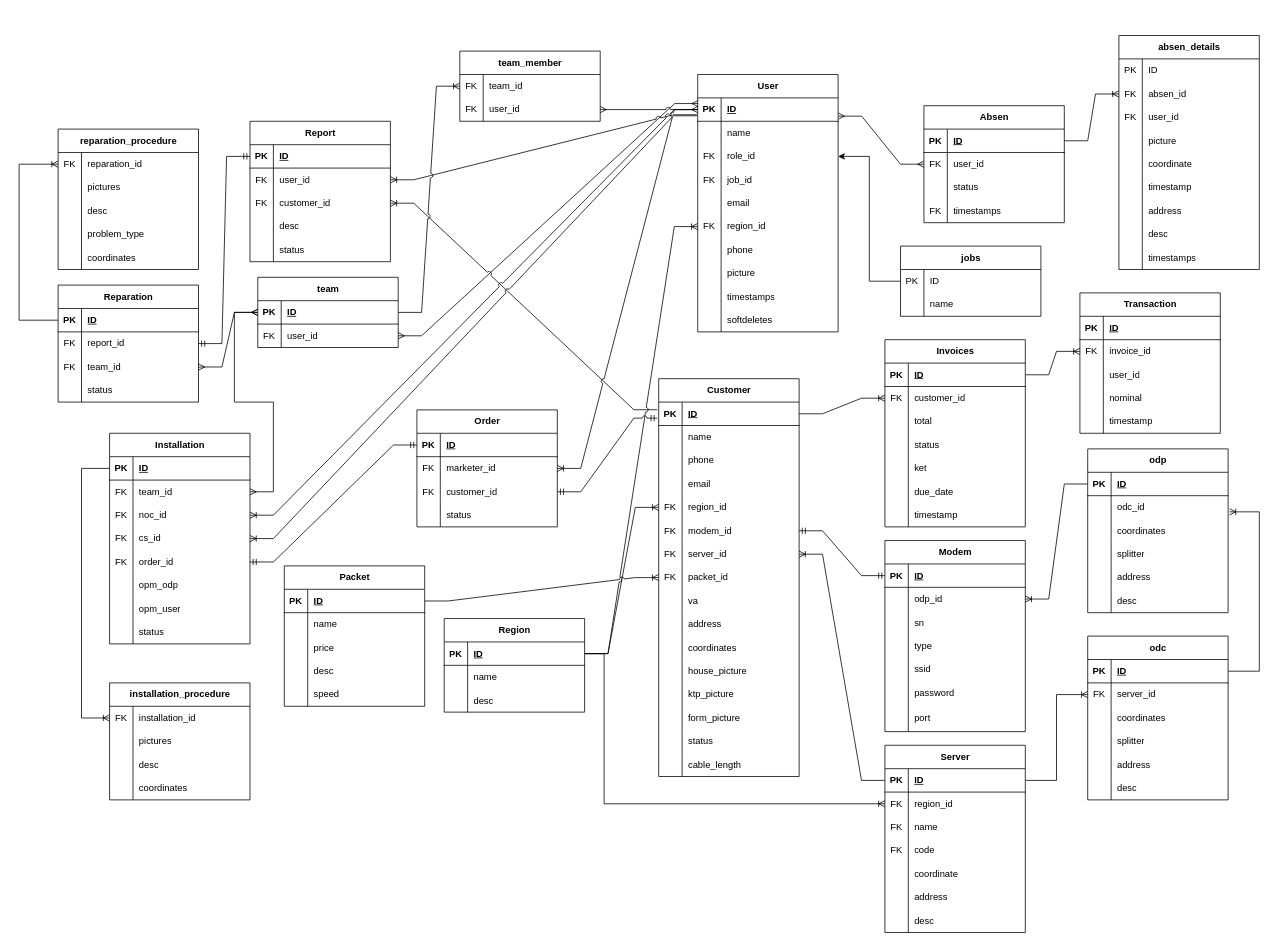
This is Untitled Diagram.drawio from muhamadArdalepa/big-diagrams, a draw.io file, before an edit. Source tidied: cells renumbered, new cells numbered last; positions are measured from the earlier drawing's top-left corner, leaving out a move shared by most shapes. Both pictures are drawn from the tidied source at 78%, with x=0, y=0 at pixel (19, -269).
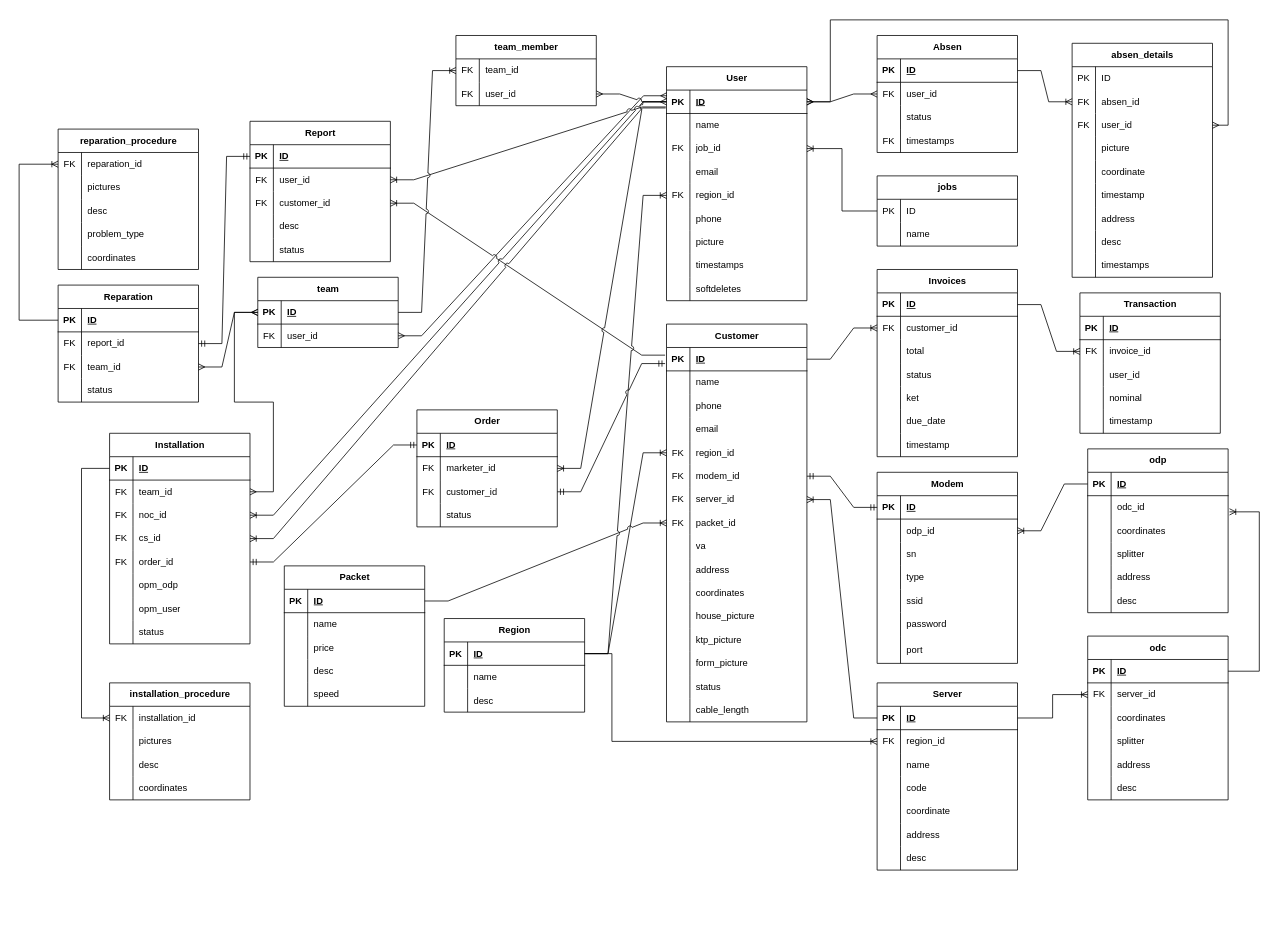
The same page after the edit.

Unchanged cells that the change refers to:
```xml
<mxCell id="3" style="shape=tableRow;horizontal=0;startSize=0;swimlaneHead=0;swimlaneBody=0;fillColor=none;points=[[0,0.5],[1,0.5]];portConstraint=eastwest;top=0;left=0;right=0;bottom=1;" parent="2" vertex="1">
  <mxGeometry y="30" width="180" height="30" as="geometry" />
</mxCell>
<mxCell id="34" style="shape=tableRow;horizontal=0;startSize=0;swimlaneHead=0;swimlaneBody=0;fillColor=none;points=[[0,0.5],[1,0.5]];portConstraint=eastwest;top=0;left=0;right=0;bottom=1;" parent="33" vertex="1">
  <mxGeometry y="30" width="180" height="30" as="geometry" />
</mxCell>
<mxCell id="47" style="shape=tableRow;horizontal=0;startSize=0;swimlaneHead=0;swimlaneBody=0;fillColor=none;points=[[0,0.5],[1,0.5]];portConstraint=eastwest;top=0;left=0;right=0;bottom=0;" parent="43" vertex="1">
  <mxGeometry y="60" width="180" height="30" as="geometry" />
</mxCell>
<mxCell id="63" style="shape=tableRow;horizontal=0;startSize=0;swimlaneHead=0;swimlaneBody=0;fillColor=none;points=[[0,0.5],[1,0.5]];portConstraint=eastwest;top=0;left=0;right=0;bottom=0;" parent="56" vertex="1">
  <mxGeometry y="90" width="180" height="30" as="geometry" />
</mxCell>
<mxCell id="178" style="shape=tableRow;horizontal=0;startSize=0;swimlaneHead=0;swimlaneBody=0;fillColor=none;points=[[0,0.5],[1,0.5]];portConstraint=eastwest;top=0;left=0;right=0;bottom=0;" parent="174" vertex="1">
  <mxGeometry y="60" width="180" height="30" as="geometry" />
</mxCell>
<mxCell id="181" style="shape=tableRow;horizontal=0;startSize=0;swimlaneHead=0;swimlaneBody=0;fillColor=none;top=0;left=0;right=0;bottom=0;" parent="174" vertex="1">
  <mxGeometry y="90" width="180" height="30" as="geometry" />
</mxCell>
<mxCell id="184" style="shape=tableRow;horizontal=0;startSize=0;swimlaneHead=0;swimlaneBody=0;fillColor=none;top=0;left=0;right=0;bottom=0;" parent="174" vertex="1">
  <mxGeometry y="120" width="180" height="30" as="geometry" />
</mxCell>
<mxCell id="403" style="shape=tableRow;horizontal=0;startSize=0;swimlaneHead=0;swimlaneBody=0;fillColor=none;points=[[0,0.5],[1,0.5]];portConstraint=eastwest;top=0;left=0;right=0;bottom=0;" parent="402" vertex="1">
  <mxGeometry y="30" width="180" height="30" as="geometry" />
</mxCell>
```

Diff of the diagram source:
```diff
@@
     <mxCell id="2" value="User" style="shape=table;startSize=30;childLayout=tableLayout;rowLines=0;fontStyle=1;align=center;html=1;" parent="1" vertex="1">
-      <mxGeometry x="870" y="440" width="180" height="330" as="geometry" />
+      <mxGeometry x="830" y="430" width="180" height="300" as="geometry" />
     </mxCell>
@@
-    <mxCell id="9" style="shape=tableRow;horizontal=0;startSize=0;swimlaneHead=0;swimlaneBody=0;fillColor=none;points=[[0,0.5],[1,0.5]];portConstraint=eastwest;top=0;left=0;right=0;bottom=0;" parent="2" vertex="1">
-      <mxGeometry y="90" width="180" height="30" as="geometry" />
-    </mxCell>
-    <mxCell id="10" value="FK" style="shape=partialRectangle;fillColor=none;top=0;left=0;bottom=0;right=0;overflow=hidden;whiteSpace=wrap;html=1;" parent="9" vertex="1">
-      <mxGeometry width="30" height="30" as="geometry" />
-    </mxCell>
-    <mxCell id="11" value="role_id" style="shape=partialRectangle;fillColor=none;top=0;left=0;bottom=0;right=0;align=left;spacingLeft=6;overflow=hidden;whiteSpace=wrap;html=1;" parent="9" vertex="1">
-      <mxGeometry x="30" width="150" height="30" as="geometry" />
-    </mxCell>
     <mxCell id="12" style="shape=tableRow;horizontal=0;startSize=0;swimlaneHead=0;swimlaneBody=0;fillColor=none;points=[[0,0.5],[1,0.5]];portConstraint=eastwest;top=0;left=0;right=0;bottom=0;" parent="2" vertex="1">
-      <mxGeometry y="120" width="180" height="30" as="geometry" />
+      <mxGeometry y="90" width="180" height="30" as="geometry" />
     </mxCell>
@@
     <mxCell id="15" style="shape=tableRow;horizontal=0;startSize=0;swimlaneHead=0;swimlaneBody=0;fillColor=none;top=0;left=0;right=0;bottom=0;" parent="2" vertex="1">
-      <mxGeometry y="150" width="180" height="30" as="geometry" />
+      <mxGeometry y="120" width="180" height="30" as="geometry" />
     </mxCell>
@@
     <mxCell id="18" style="shape=tableRow;horizontal=0;startSize=0;swimlaneHead=0;swimlaneBody=0;fillColor=none;points=[[0,0.5],[1,0.5]];portConstraint=eastwest;top=0;left=0;right=0;bottom=0;" parent="2" vertex="1">
-      <mxGeometry y="180" width="180" height="30" as="geometry" />
+      <mxGeometry y="150" width="180" height="30" as="geometry" />
     </mxCell>
@@
     <mxCell id="21" style="shape=tableRow;horizontal=0;startSize=0;swimlaneHead=0;swimlaneBody=0;fillColor=none;top=0;left=0;right=0;bottom=0;" parent="2" vertex="1">
-      <mxGeometry y="210" width="180" height="30" as="geometry" />
+      <mxGeometry y="180" width="180" height="30" as="geometry" />
     </mxCell>
@@
     <mxCell id="24" style="shape=tableRow;horizontal=0;startSize=0;swimlaneHead=0;swimlaneBody=0;fillColor=none;top=0;left=0;right=0;bottom=0;" parent="2" vertex="1">
-      <mxGeometry y="240" width="180" height="30" as="geometry" />
+      <mxGeometry y="210" width="180" height="30" as="geometry" />
     </mxCell>
@@
     <mxCell id="27" style="shape=tableRow;horizontal=0;startSize=0;swimlaneHead=0;swimlaneBody=0;fillColor=none;top=0;left=0;right=0;bottom=0;" parent="2" vertex="1">
-      <mxGeometry y="270" width="180" height="30" as="geometry" />
+      <mxGeometry y="240" width="180" height="30" as="geometry" />
     </mxCell>
@@
     <mxCell id="30" style="shape=tableRow;horizontal=0;startSize=0;swimlaneHead=0;swimlaneBody=0;fillColor=none;top=0;left=0;right=0;bottom=0;" parent="2" vertex="1">
-      <mxGeometry y="300" width="180" height="30" as="geometry" />
+      <mxGeometry y="270" width="180" height="30" as="geometry" />
     </mxCell>
@@
     <mxCell id="43" value="Absen" style="shape=table;startSize=30;childLayout=tableLayout;rowLines=0;fontStyle=1;align=center;html=1;" parent="1" vertex="1">
-      <mxGeometry x="1160" y="480" width="180" height="150" as="geometry" />
+      <mxGeometry x="1100" y="390" width="180" height="150" as="geometry" />
     </mxCell>
@@
     <mxCell id="56" value="absen_details" style="shape=table;startSize=30;childLayout=tableLayout;rowLines=0;fontStyle=1;align=center;html=1;" parent="1" vertex="1">
-      <mxGeometry x="1410" y="390" width="180" height="300" as="geometry" />
+      <mxGeometry x="1350" y="400" width="180" height="300" as="geometry" />
     </mxCell>
@@
     <mxCell id="84" value="Customer" style="shape=table;startSize=30;childLayout=tableLayout;rowLines=0;fontStyle=1;align=center;html=1;" parent="1" vertex="1">
-      <mxGeometry x="820" y="830" width="180" height="510" as="geometry" />
+      <mxGeometry x="830" y="760" width="180" height="510" as="geometry" />
     </mxCell>
@@
     <mxCell id="133" value="Modem" style="shape=table;startSize=30;childLayout=tableLayout;rowLines=0;fontStyle=1;align=center;html=1;" parent="1" vertex="1">
-      <mxGeometry x="1110" y="1037.5" width="180" height="245" as="geometry" />
+      <mxGeometry x="1100" y="950" width="180" height="245" as="geometry" />
     </mxCell>
@@
     <mxCell id="174" value="Server" style="shape=table;startSize=30;childLayout=tableLayout;rowLines=0;fontStyle=1;align=center;html=1;" parent="1" vertex="1">
-      <mxGeometry x="1110" y="1300" width="180" height="240" as="geometry" />
+      <mxGeometry x="1100" y="1220" width="180" height="240" as="geometry" />
     </mxCell>
@@
-    <mxCell id="182" value="FK" style="shape=partialRectangle;fillColor=none;top=0;left=0;bottom=0;right=0;overflow=hidden;whiteSpace=wrap;html=1;" parent="181" vertex="1">
+    <mxCell id="182" style="shape=partialRectangle;fillColor=none;top=0;left=0;bottom=0;right=0;overflow=hidden;whiteSpace=wrap;html=1;" parent="181" vertex="1">
       <mxGeometry width="30" height="30" as="geometry" />
     </mxCell>
@@
-    <mxCell id="185" value="FK" style="shape=partialRectangle;fillColor=none;top=0;left=0;bottom=0;right=0;overflow=hidden;whiteSpace=wrap;html=1;" parent="184" vertex="1">
+    <mxCell id="185" style="shape=partialRectangle;fillColor=none;top=0;left=0;bottom=0;right=0;overflow=hidden;whiteSpace=wrap;html=1;" parent="184" vertex="1">
       <mxGeometry width="30" height="30" as="geometry" />
     </mxCell>
@@
     <mxCell id="282" value="team_member" style="shape=table;startSize=30;childLayout=tableLayout;rowLines=0;fontStyle=1;align=center;html=1;" parent="1" vertex="1">
-      <mxGeometry x="565" y="410" width="180" height="90" as="geometry" />
+      <mxGeometry x="560" y="390" width="180" height="90" as="geometry" />
     </mxCell>
@@
-    <mxCell id="293" style="edgeStyle=entityRelationEdgeStyle;fontSize=12;html=1;endArrow=ERmany;startArrow=ERmany;rounded=0;labelBackgroundColor=default;strokeColor=default;align=center;verticalAlign=middle;fontFamily=Helvetica;fontColor=default;shape=connector;jumpStyle=arc;entryX=0;entryY=0.5;entryDx=0;entryDy=0;exitX=1.001;exitY=0.78;exitDx=0;exitDy=0;exitPerimeter=0;" parent="1" edge="1" source="3" target="47">
+    <mxCell id="293" style="edgeStyle=entityRelationEdgeStyle;fontSize=12;html=1;endArrow=ERmany;startArrow=ERmany;rounded=0;labelBackgroundColor=default;strokeColor=default;align=center;verticalAlign=middle;fontFamily=Helvetica;fontColor=default;shape=connector;jumpStyle=arc;entryX=0;entryY=0.5;entryDx=0;entryDy=0;exitX=1;exitY=0.5;exitDx=0;exitDy=0;" parent="1" edge="1" source="3" target="47">
       <mxGeometry relative="1" as="geometry" />
     </mxCell>
@@
     <mxCell id="342" value="Invoices" style="shape=table;startSize=30;childLayout=tableLayout;rowLines=0;fontStyle=1;align=center;html=1;" parent="1" vertex="1">
-      <mxGeometry x="1110" y="780" width="180" height="240" as="geometry" />
+      <mxGeometry x="1100" y="690" width="180" height="240" as="geometry" />
     </mxCell>
@@
     <mxCell id="388" style="rounded=0;jettySize=auto;html=1;endArrow=ERoneToMany;endFill=0;jumpStyle=arc;edgeStyle=orthogonalEdgeStyle;exitX=1;exitY=0.5;exitDx=0;exitDy=0;entryX=0;entryY=0.5;entryDx=0;entryDy=0;elbow=vertical;" parent="1" edge="1" source="34" target="178">
       <mxGeometry relative="1" as="geometry">
         <Array as="points">
-          <mxPoint x="750" y="1183" />
-          <mxPoint x="750" y="1375" />
+          <mxPoint x="760" y="1183" />
+          <mxPoint x="760" y="1295" />
         </Array>
       </mxGeometry>
     </mxCell>
@@
     <mxCell id="402" value="jobs" style="shape=table;startSize=30;childLayout=tableLayout;rowLines=0;fontStyle=1;align=center;html=1;" parent="1" vertex="1">
-      <mxGeometry x="1130" y="660" width="180" height="90" as="geometry" />
+      <mxGeometry x="1100" y="570" width="180" height="90" as="geometry" />
     </mxCell>
@@
-    <mxCell id="409" style="edgeStyle=orthogonalEdgeStyle;rounded=0;jettySize=auto;html=1;" parent="1" edge="1" source="403" target="9">
+    <mxCell id="409" style="edgeStyle=orthogonalEdgeStyle;rounded=0;jettySize=auto;html=1;entryX=1;entryY=0.5;entryDx=0;entryDy=0;endArrow=ERoneToMany;endFill=0;" parent="1" edge="1" source="403" target="12">
       <mxGeometry relative="1" as="geometry" />
     </mxCell>
@@
+    <mxCell id="416" style="edgeStyle=orthogonalEdgeStyle;rounded=0;jettySize=auto;html=1;entryX=1;entryY=0.5;entryDx=0;entryDy=0;endArrow=ERmany;endFill=0;startArrow=ERmany;startFill=0;" parent="1" edge="1" source="63" target="3">
+      <mxGeometry relative="1" as="geometry">
+        <Array as="points">
+          <mxPoint x="1550" y="505" />
+          <mxPoint x="1550" y="370" />
+          <mxPoint x="1040" y="370" />
+          <mxPoint x="1040" y="475" />
+        </Array>
+      </mxGeometry>
+    </mxCell>
```
